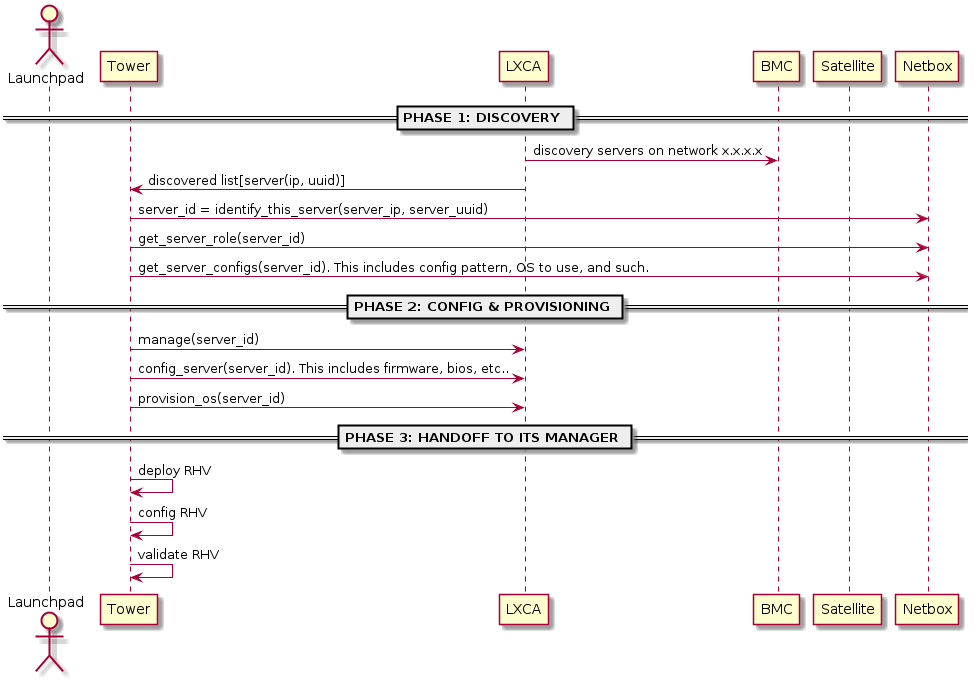
Earlier version of the PlantUML export diagrams/ibb rhhi setup sequence.png (fengxia41103/myblog). Its diagram source:
```plantuml
@startuml

actor Launchpad
participant Tower
participant LXCA
participant BMC
participant Satellite
participant Netbox

== PHASE 1: DISCOVERY ==
LXCA -> BMC: discovery servers on network x.x.x.x
LXCA -> Tower: discovered list[server(ip, uuid)]
Tower -> Netbox: server_id = identify_this_server(server_ip, server_uuid)
Tower -> Netbox: get_server_role(server_id)
Tower -> Netbox: get_server_configs(server_id). This includes config pattern, OS to use, and such.

== PHASE 2: CONFIG & PROVISIONING ==
Tower -> LXCA: manage(server_id)
Tower -> LXCA: config_server(server_id). This includes firmware, bios, etc..
Tower -> LXCA: provision_os(server_id)

== PHASE 3: HANDOFF TO ITS MANAGER ==
Tower -> Tower: deploy RHV
Tower -> Tower: config RHV
Tower -> Tower: validate RHV

@enduml
```
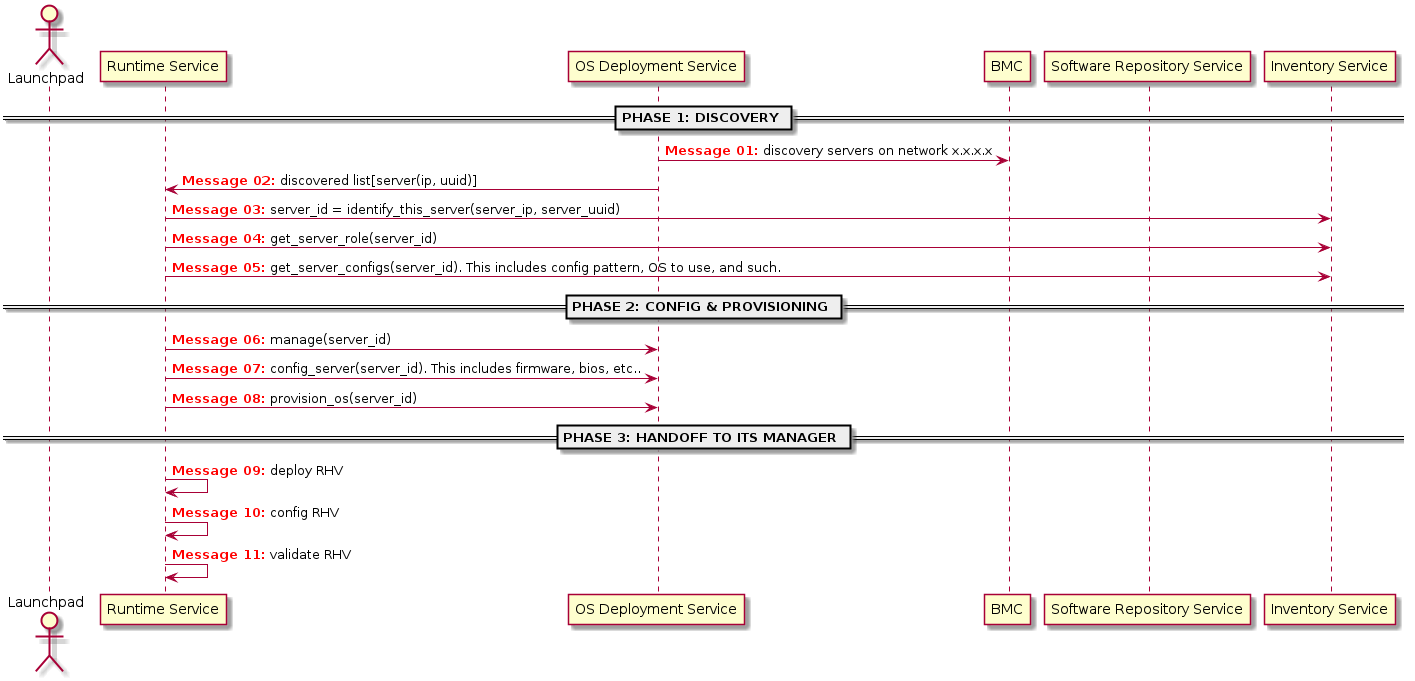
The same file after the commit.

Commit message:
Update ibb diagrams. Create a study notes on UML.

Change to the diagram source:
```diff
@@ -1,11 +1,13 @@
 @startuml
 
+autonumber "<font color=red><b>Message 00:"
+
 actor Launchpad
-participant Tower
-participant LXCA
+participant "Runtime Service" as Tower
+participant "OS Deployment Service" as LXCA
 participant BMC
-participant Satellite
-participant Netbox
+participant "Software Repository Service" as Satellite
+participant "Inventory Service" as Netbox
 
 == PHASE 1: DISCOVERY ==
 LXCA -> BMC: discovery servers on network x.x.x.x
```
